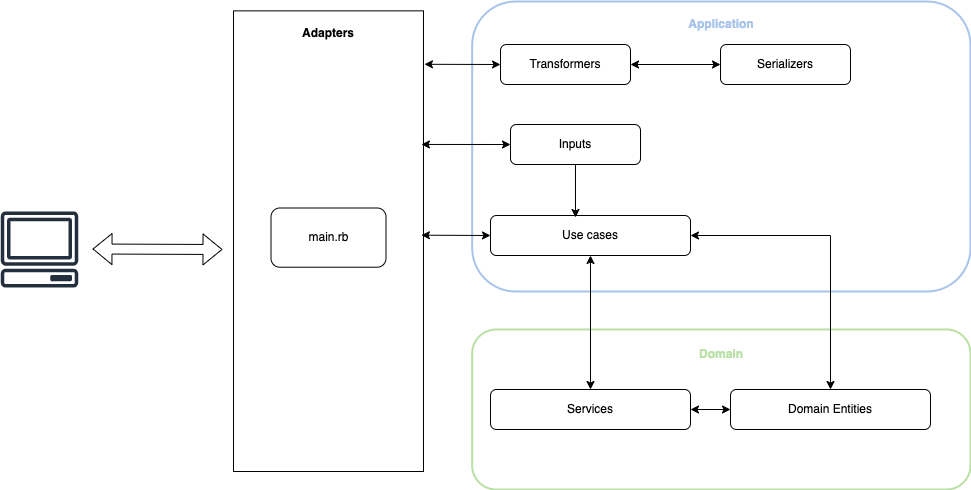
antonio-alro/fcm-travel-challenge keeps this draw.io diagram as docs/code-architecture.png. Above is the earlier version. Source tidied: cells renumbered, new cells last; positions are measured from the earlier drawing's top-left corner, leaving out a move shared by most shapes.
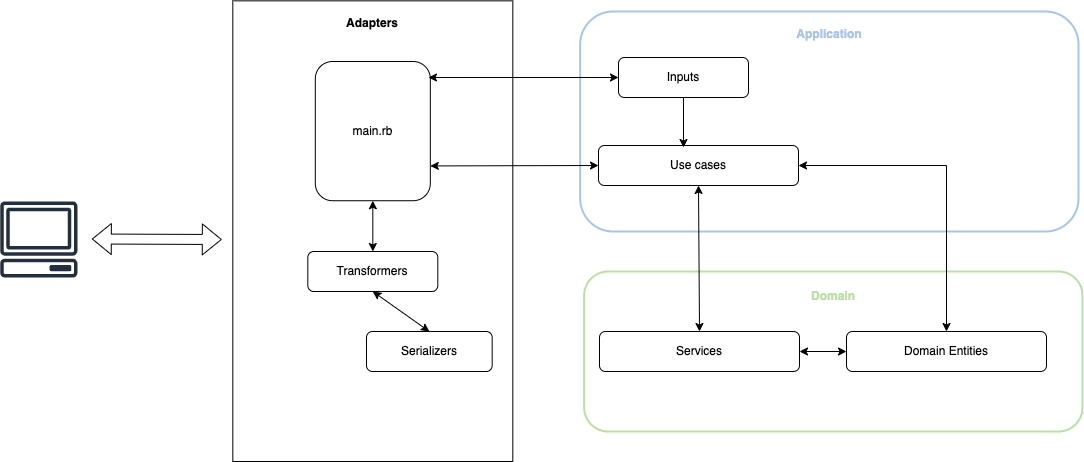
Later version of the same file.

Change to the diagram source:
```diff
@@ -3,83 +3,83 @@
     <mxCell id="0" />
     <mxCell id="1" parent="0" />
     <mxCell id="2" style="rounded=1;whiteSpace=wrap;html=1;fillColor=none;strokeColor=#A9C4EB;strokeWidth=2;" parent="1" vertex="1">
-      <mxGeometry x="471.7" width="498.3" height="290" as="geometry" />
+      <mxGeometry x="471.7" y="20" width="498.3" height="220" as="geometry" />
     </mxCell>
     <mxCell id="3" style="rounded=1;whiteSpace=wrap;html=1;fillColor=none;strokeColor=#B9E0A5;strokeWidth=2;" parent="1" vertex="1">
-      <mxGeometry x="471.7" y="328" width="498.3" height="160" as="geometry" />
+      <mxGeometry x="475.7" y="280" width="498.3" height="160" as="geometry" />
     </mxCell>
     <mxCell id="4" value="Services" style="rounded=1;whiteSpace=wrap;html=1;" parent="1" vertex="1">
-      <mxGeometry x="490" y="388" width="200" height="40" as="geometry" />
+      <mxGeometry x="491" y="340" width="200" height="40" as="geometry" />
     </mxCell>
     <mxCell id="5" value="Use cases" style="rounded=1;whiteSpace=wrap;html=1;" parent="1" vertex="1">
-      <mxGeometry x="490" y="214" width="200" height="40" as="geometry" />
+      <mxGeometry x="490" y="154" width="200" height="40" as="geometry" />
     </mxCell>
     <mxCell id="6" style="sketch=0;fontColor=#232F3E;gradientColor=none;fillColor=#232F3D;strokeColor=none;dashed=0;verticalLabelPosition=bottom;verticalAlign=top;align=center;html=1;fontSize=12;fontStyle=0;shape=mxgraph.aws4.client;" parent="1" vertex="1">
-      <mxGeometry y="210" width="78" height="76" as="geometry" />
+      <mxGeometry x="-108.7" y="210" width="78" height="76" as="geometry" />
     </mxCell>
     <mxCell id="7" style="shape=flexArrow;endArrow=classic;startArrow=classic;html=1;rounded=0;" parent="1" edge="1">
       <mxGeometry relative="1" as="geometry">
-        <mxPoint x="92" y="247.5" as="sourcePoint" />
-        <mxPoint x="222" y="248" as="targetPoint" />
+        <mxPoint x="-16.7" y="247.5" as="sourcePoint" />
+        <mxPoint x="113.3" y="248" as="targetPoint" />
       </mxGeometry>
     </mxCell>
     <mxCell id="8" style="group;" parent="1" vertex="1">
-      <mxGeometry x="233" y="130" width="190" height="340" as="geometry" />
+      <mxGeometry x="124.3" y="130" width="385.7" height="340" as="geometry" />
     </mxCell>
     <mxCell id="9" value="&lt;div&gt;&lt;br&gt;&lt;/div&gt;" style="rounded=0;whiteSpace=wrap;html=1;direction=south;" parent="8" vertex="1">
-      <mxGeometry y="-120.6" width="190" height="460.6" as="geometry" />
+      <mxGeometry y="-120.7" width="280" height="460.6" as="geometry" />
     </mxCell>
     <mxCell id="10" value="main.rb" style="rounded=1;whiteSpace=wrap;html=1;" parent="8" vertex="1">
-      <mxGeometry x="37.5" y="76.5" width="115" height="59.2" as="geometry" />
+      <mxGeometry x="82.5" y="-60" width="115" height="139.2" as="geometry" />
     </mxCell>
-    <mxCell id="11" value="&lt;b&gt;Adapters&lt;/b&gt;" style="text;html=1;align=center;verticalAlign=middle;whiteSpace=wrap;rounded=0;strokeColor=none;fillColor=none;" parent="8" vertex="1">
-      <mxGeometry x="65" y="-110.5" width="60" height="25.5" as="geometry" />
+    <mxCell id="11" value="Transformers" style="rounded=1;whiteSpace=wrap;html=1;" parent="8" vertex="1">
+      <mxGeometry x="75" y="130" width="130" height="40" as="geometry" />
     </mxCell>
-    <mxCell id="12" style="endArrow=classic;startArrow=classic;html=1;rounded=0;exitX=0.487;exitY=0.011;exitDx=0;exitDy=0;entryX=0;entryY=0.5;entryDx=0;entryDy=0;exitPerimeter=0;" parent="1" edge="1" source="9" target="5">
-      <mxGeometry relative="1" as="geometry" />
+    <mxCell id="12" value="Serializers" style="rounded=1;whiteSpace=wrap;html=1;" parent="8" vertex="1">
+      <mxGeometry x="133.7" y="210" width="125.7" height="40" as="geometry" />
     </mxCell>
-    <mxCell id="13" value="Domain Entities" style="rounded=1;whiteSpace=wrap;html=1;" parent="1" vertex="1">
-      <mxGeometry x="730" y="388" width="200" height="40" as="geometry" />
+    <mxCell id="13" style="endArrow=classic;startArrow=classic;html=1;rounded=0;exitX=0.5;exitY=1;exitDx=0;exitDy=0;entryX=0.5;entryY=0;entryDx=0;entryDy=0;" parent="8" edge="1" source="11" target="12">
+      <mxGeometry relative="1" as="geometry" />
     </mxCell>
-    <mxCell id="14" style="endArrow=classic;startArrow=classic;html=1;rounded=0;entryX=0.5;entryY=0;entryDx=0;entryDy=0;" parent="1" edge="1" source="5" target="13">
-      <mxGeometry relative="1" as="geometry">
-        <Array as="points">
-          <mxPoint x="830" y="234" />
-        </Array>
-      </mxGeometry>
+    <mxCell id="14" style="endArrow=classic;startArrow=classic;html=1;rounded=0;entryX=0.5;entryY=0;entryDx=0;entryDy=0;exitX=0.5;exitY=1;exitDx=0;exitDy=0;" parent="8" edge="1" source="10" target="11">
+      <mxGeometry relative="1" as="geometry" />
     </mxCell>
-    <mxCell id="15" value="Inputs" style="rounded=1;whiteSpace=wrap;html=1;" parent="1" vertex="1">
-      <mxGeometry x="510" y="123" width="130" height="40" as="geometry" />
+    <mxCell id="15" style="endArrow=classic;startArrow=classic;html=1;rounded=0;exitX=1;exitY=0.75;exitDx=0;exitDy=0;entryX=0;entryY=0.5;entryDx=0;entryDy=0;" parent="1" edge="1" source="10" target="5">
+      <mxGeometry relative="1" as="geometry" />
     </mxCell>
-    <mxCell id="16" style="endArrow=classic;startArrow=classic;html=1;rounded=0;entryX=0;entryY=0.5;entryDx=0;entryDy=0;exitX=1;exitY=0.5;exitDx=0;exitDy=0;" parent="1" edge="1" source="4" target="13">
-      <mxGeometry relative="1" as="geometry" />
+    <mxCell id="16" value="Domain Entities" style="rounded=1;whiteSpace=wrap;html=1;" parent="1" vertex="1">
+      <mxGeometry x="738" y="340" width="200" height="40" as="geometry" />
     </mxCell>
-    <mxCell id="17" style="endArrow=classic;startArrow=classic;html=1;rounded=0;exitX=0.5;exitY=1;exitDx=0;exitDy=0;entryX=0.5;entryY=0;entryDx=0;entryDy=0;" parent="1" edge="1" source="5" target="4">
-      <mxGeometry relative="1" as="geometry" />
+    <mxCell id="17" style="endArrow=classic;startArrow=classic;html=1;rounded=0;exitX=1;exitY=0.5;exitDx=0;exitDy=0;entryX=0.5;entryY=0;entryDx=0;entryDy=0;" parent="1" edge="1" source="5" target="16">
+      <mxGeometry relative="1" as="geometry">
+        <Array as="points">
+          <mxPoint x="838" y="174" />
+        </Array>
+      </mxGeometry>
     </mxCell>
-    <mxCell id="18" value="Transformers" style="rounded=1;whiteSpace=wrap;html=1;" parent="1" vertex="1">
-      <mxGeometry x="500" y="43" width="130" height="40" as="geometry" />
+    <mxCell id="18" value="Inputs" style="rounded=1;whiteSpace=wrap;html=1;" parent="1" vertex="1">
+      <mxGeometry x="510" y="66" width="130" height="40" as="geometry" />
     </mxCell>
-    <mxCell id="19" value="Serializers" style="rounded=1;whiteSpace=wrap;html=1;" parent="1" vertex="1">
-      <mxGeometry x="720" y="43" width="130" height="40" as="geometry" />
+    <mxCell id="19" style="endArrow=classic;startArrow=classic;html=1;rounded=0;entryX=0;entryY=0.5;entryDx=0;entryDy=0;exitX=1;exitY=0.5;exitDx=0;exitDy=0;" parent="1" edge="1" source="4" target="16">
+      <mxGeometry relative="1" as="geometry" />
     </mxCell>
-    <mxCell id="20" style="endArrow=classic;html=1;rounded=0;entryX=0.425;entryY=0.05;entryDx=0;entryDy=0;entryPerimeter=0;exitX=0.5;exitY=1;exitDx=0;exitDy=0;" parent="1" edge="1" source="15" target="5">
+    <mxCell id="20" style="endArrow=classic;startArrow=classic;html=1;rounded=0;exitX=0.5;exitY=1;exitDx=0;exitDy=0;entryX=0.5;entryY=0;entryDx=0;entryDy=0;" parent="1" edge="1" source="5" target="4">
       <mxGeometry relative="1" as="geometry" />
     </mxCell>
-    <mxCell id="21" style="endArrow=classic;startArrow=classic;html=1;rounded=0;entryX=0;entryY=0.5;entryDx=0;entryDy=0;exitX=0.116;exitY=-0.005;exitDx=0;exitDy=0;exitPerimeter=0;" parent="1" edge="1" source="9" target="18">
+    <mxCell id="21" style="endArrow=classic;html=1;rounded=0;entryX=0.425;entryY=0.05;entryDx=0;entryDy=0;entryPerimeter=0;exitX=0.5;exitY=1;exitDx=0;exitDy=0;" parent="1" edge="1" source="18" target="5">
       <mxGeometry relative="1" as="geometry" />
     </mxCell>
-    <mxCell id="22" style="endArrow=classic;startArrow=classic;html=1;rounded=0;exitX=1;exitY=0.5;exitDx=0;exitDy=0;entryX=0;entryY=0.5;entryDx=0;entryDy=0;" parent="1" edge="1" source="18" target="19">
+    <mxCell id="22" style="endArrow=classic;startArrow=classic;html=1;rounded=0;entryX=0;entryY=0.5;entryDx=0;entryDy=0;exitX=0.984;exitY=0.115;exitDx=0;exitDy=0;exitPerimeter=0;" parent="1" edge="1" source="10" target="18">
       <mxGeometry relative="1" as="geometry" />
     </mxCell>
-    <mxCell id="23" style="endArrow=classic;startArrow=classic;html=1;rounded=0;entryX=0;entryY=0.5;entryDx=0;entryDy=0;exitX=0.29;exitY=0.011;exitDx=0;exitDy=0;exitPerimeter=0;" parent="1" edge="1" source="9" target="15">
-      <mxGeometry relative="1" as="geometry" />
+    <mxCell id="23" value="&lt;span&gt;&lt;font color=&quot;#b9e0a5&quot;&gt;Domain&lt;/font&gt;&lt;/span&gt;" style="text;html=1;align=center;verticalAlign=middle;whiteSpace=wrap;rounded=0;strokeColor=none;fillColor=none;fontStyle=1;" parent="1" vertex="1">
+      <mxGeometry x="694.8" y="292" width="60" height="25.5" as="geometry" />
     </mxCell>
-    <mxCell id="24" value="&lt;span&gt;&lt;font color=&quot;#b9e0a5&quot;&gt;Domain&lt;/font&gt;&lt;/span&gt;" style="text;html=1;align=center;verticalAlign=middle;whiteSpace=wrap;rounded=0;strokeColor=none;fillColor=none;fontStyle=1;" parent="1" vertex="1">
-      <mxGeometry x="690.8" y="340" width="60" height="25.5" as="geometry" />
+    <mxCell id="24" value="&lt;b&gt;&lt;font color=&quot;#a9c4eb&quot;&gt;Application&lt;/font&gt;&lt;/b&gt;" style="text;html=1;align=center;verticalAlign=middle;whiteSpace=wrap;rounded=0;strokeColor=none;fillColor=none;" parent="1" vertex="1">
+      <mxGeometry x="690.8" y="30" width="60" height="25.5" as="geometry" />
     </mxCell>
-    <mxCell id="25" value="&lt;b&gt;&lt;font color=&quot;#a9c4eb&quot;&gt;Application&lt;/font&gt;&lt;/b&gt;" style="text;html=1;align=center;verticalAlign=middle;whiteSpace=wrap;rounded=0;strokeColor=none;fillColor=none;" parent="1" vertex="1">
-      <mxGeometry x="690.8" y="10" width="60" height="25.5" as="geometry" />
+    <mxCell id="25" value="&lt;b&gt;Adapters&lt;/b&gt;" style="text;html=1;align=center;verticalAlign=middle;whiteSpace=wrap;rounded=0;strokeColor=none;fillColor=none;" parent="1" vertex="1">
+      <mxGeometry x="234.3" y="19.5" width="60" height="25.5" as="geometry" />
     </mxCell>
   </root>
 </mxGraphModel>
```
